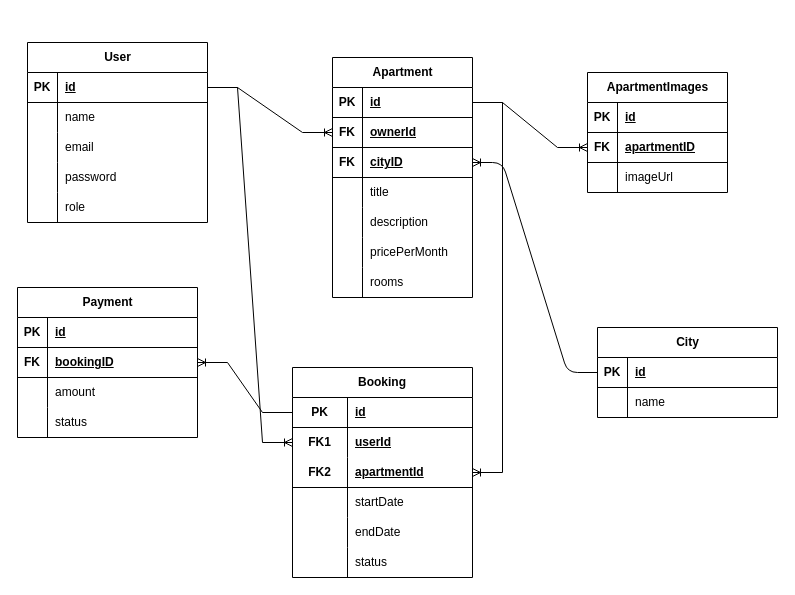
Aya-777/ZJSTA keeps this draw.io diagram as drawio/ZJSTA.drawio. Above is the earlier version. Source tidied: cells renumbered, new cells numbered last; positions are measured from the earlier drawing's top-left corner, leaving out a move shared by most shapes. Both pictures are drawn from the tidied source at 100%, with x=0, y=0 at pixel (17, 42).
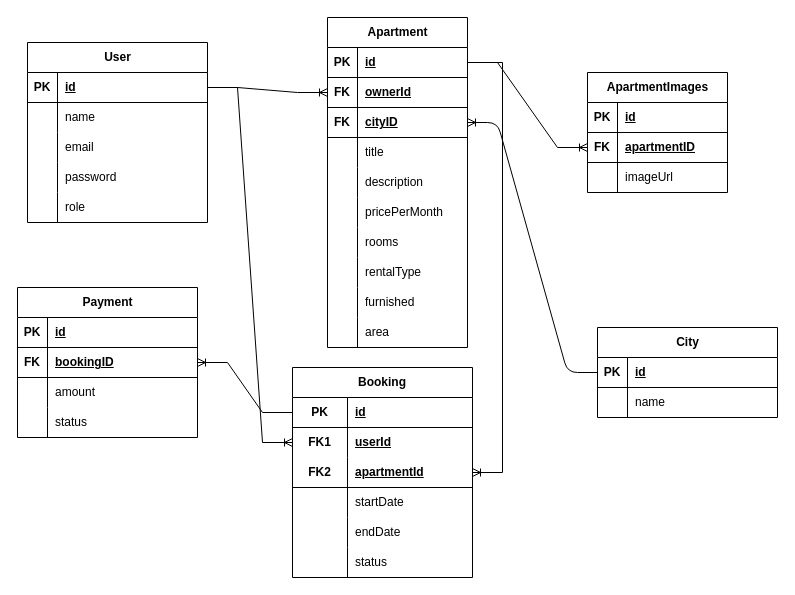
Above is the later version.

What changed in the source:
```diff
@@
     <mxCell id="18" value="Apartment" style="shape=table;startSize=30;childLayout=tableLayout;rowLines=0;fontStyle=1;align=center;html=1;" parent="1" vertex="1">
-      <mxGeometry x="315" y="15" width="140" height="240" as="geometry" />
+      <mxGeometry x="310" y="-25" width="140" height="330" as="geometry" />
     </mxCell>
@@
+    <mxCell id="95" style="shape=tableRow;horizontal=0;startSize=0;swimlaneHead=0;swimlaneBody=0;fillColor=none;top=0;left=0;right=0;bottom=0;" parent="18" vertex="1">
+      <mxGeometry y="240" width="140" height="30" as="geometry" />
+    </mxCell>
+    <mxCell id="96" style="shape=partialRectangle;fillColor=none;top=0;left=0;bottom=0;right=0;overflow=hidden;whiteSpace=wrap;html=1;" parent="95" vertex="1">
+      <mxGeometry width="30" height="30" as="geometry" />
+    </mxCell>
+    <mxCell id="97" value="rentalType" style="shape=partialRectangle;fillColor=none;top=0;left=0;bottom=0;right=0;align=left;spacingLeft=6;overflow=hidden;whiteSpace=wrap;html=1;" parent="95" vertex="1">
+      <mxGeometry x="30" width="110" height="30" as="geometry" />
+    </mxCell>
+    <mxCell id="98" style="shape=tableRow;horizontal=0;startSize=0;swimlaneHead=0;swimlaneBody=0;fillColor=none;top=0;left=0;right=0;bottom=0;" parent="18" vertex="1">
+      <mxGeometry y="270" width="140" height="30" as="geometry" />
+    </mxCell>
+    <mxCell id="99" style="shape=partialRectangle;fillColor=none;top=0;left=0;bottom=0;right=0;overflow=hidden;whiteSpace=wrap;html=1;" parent="98" vertex="1">
+      <mxGeometry width="30" height="30" as="geometry" />
+    </mxCell>
+    <mxCell id="100" value="furnished" style="shape=partialRectangle;fillColor=none;top=0;left=0;bottom=0;right=0;align=left;spacingLeft=6;overflow=hidden;whiteSpace=wrap;html=1;" parent="98" vertex="1">
+      <mxGeometry x="30" width="110" height="30" as="geometry" />
+    </mxCell>
+    <mxCell id="101" style="shape=tableRow;horizontal=0;startSize=0;swimlaneHead=0;swimlaneBody=0;fillColor=none;top=0;left=0;right=0;bottom=0;" parent="18" vertex="1">
+      <mxGeometry y="300" width="140" height="30" as="geometry" />
+    </mxCell>
+    <mxCell id="102" style="shape=partialRectangle;fillColor=none;top=0;left=0;bottom=0;right=0;overflow=hidden;whiteSpace=wrap;html=1;" parent="101" vertex="1">
+      <mxGeometry width="30" height="30" as="geometry" />
+    </mxCell>
+    <mxCell id="103" value="area" style="shape=partialRectangle;fillColor=none;top=0;left=0;bottom=0;right=0;align=left;spacingLeft=6;overflow=hidden;whiteSpace=wrap;html=1;" parent="101" vertex="1">
+      <mxGeometry x="30" width="110" height="30" as="geometry" />
+    </mxCell>
```
